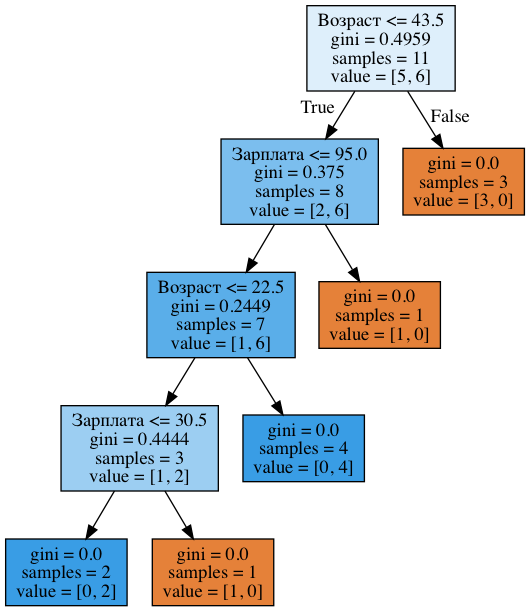
Before: img/age_sal_tree.png, a diagram exported from Graphviz (Yorko/mlcourse.ai). Its source is kept beside it as img/age_sal_tree.dot.
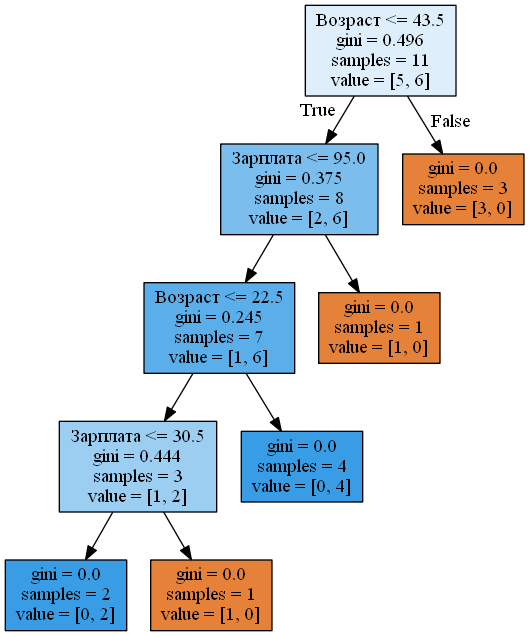
The same diagram one commit later.

Change to the diagram source:
```diff
@@ -1,11 +1,11 @@
 digraph Tree {
 node [shape=box, style="filled", color="black"] ;
-0 [label="Возраст <= 43.5\ngini = 0.4959\nsamples = 11\nvalue = [5, 6]", fillcolor="#399de52a"] ;
+0 [label="Возраст <= 43.5\ngini = 0.496\nsamples = 11\nvalue = [5, 6]", fillcolor="#399de52a"] ;
 1 [label="Зарплата <= 95.0\ngini = 0.375\nsamples = 8\nvalue = [2, 6]", fillcolor="#399de5aa"] ;
 0 -> 1 [labeldistance=2.5, labelangle=45, headlabel="True"] ;
-2 [label="Возраст <= 22.5\ngini = 0.2449\nsamples = 7\nvalue = [1, 6]", fillcolor="#399de5d4"] ;
+2 [label="Возраст <= 22.5\ngini = 0.245\nsamples = 7\nvalue = [1, 6]", fillcolor="#399de5d4"] ;
 1 -> 2 ;
-3 [label="Зарплата <= 30.5\ngini = 0.4444\nsamples = 3\nvalue = [1, 2]", fillcolor="#399de57f"] ;
+3 [label="Зарплата <= 30.5\ngini = 0.444\nsamples = 3\nvalue = [1, 2]", fillcolor="#399de57f"] ;
 2 -> 3 ;
 4 [label="gini = 0.0\nsamples = 2\nvalue = [0, 2]", fillcolor="#399de5ff"] ;
 3 -> 4 ;
```
